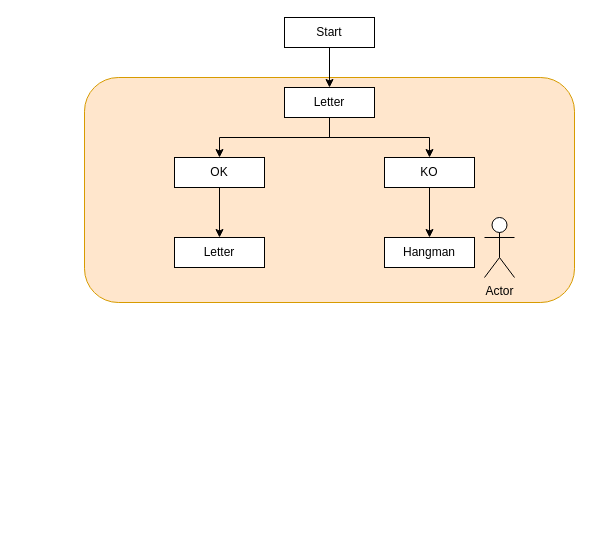
Above: 100_days_of-code/Exercises/Diagramme sans nom.drawio in paulinedangla/Python (draw.io), before the change. Source tidied: cells renumbered, new cells numbered last; positions are measured from the earlier drawing's top-left corner, leaving out a move shared by most shapes. Both pictures are drawn from the tidied source at 100%, with x=0, y=0 at pixel (84, 17).
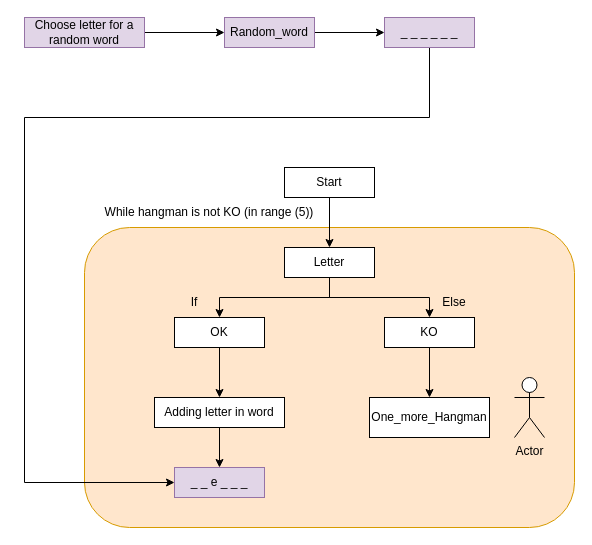
The same page after the edit.

Commit message (it also covers changes not shown here):
Mettre à jour Diagramme sans nom.drawio

The edit, as a diff of the source:
```diff
@@
     <mxCell id="2" style="rounded=1;whiteSpace=wrap;html=1;fillStyle=auto;fillColor=#ffe6cc;strokeColor=#d79b00;" parent="1" vertex="1">
-      <mxGeometry y="60" width="490" height="225" as="geometry" />
+      <mxGeometry y="210" width="490" height="300" as="geometry" />
     </mxCell>
@@
     <mxCell id="4" value="Start" style="rounded=0;whiteSpace=wrap;html=1;" parent="1" vertex="1">
-      <mxGeometry x="200" width="90" height="30" as="geometry" />
+      <mxGeometry x="200" y="150" width="90" height="30" as="geometry" />
     </mxCell>
@@
     <mxCell id="7" value="Letter" style="rounded=0;whiteSpace=wrap;html=1;" parent="1" vertex="1">
-      <mxGeometry x="200" y="70" width="90" height="30" as="geometry" />
+      <mxGeometry x="200" y="230" width="90" height="30" as="geometry" />
     </mxCell>
@@
     <mxCell id="9" value="OK" style="rounded=0;whiteSpace=wrap;html=1;" parent="1" vertex="1">
-      <mxGeometry x="90" y="140" width="90" height="30" as="geometry" />
+      <mxGeometry x="90" y="300" width="90" height="30" as="geometry" />
     </mxCell>
@@
     <mxCell id="11" value="KO" style="rounded=0;whiteSpace=wrap;html=1;" parent="1" vertex="1">
-      <mxGeometry x="300" y="140" width="90" height="30" as="geometry" />
+      <mxGeometry x="300" y="300" width="90" height="30" as="geometry" />
     </mxCell>
+    <mxCell id="15" style="edgeStyle=orthogonalEdgeStyle;rounded=0;jettySize=auto;html=1;exitX=0.5;exitY=1;exitDx=0;exitDy=0;" parent="1" edge="1" source="12" target="25">
+      <mxGeometry relative="1" as="geometry" />
+    </mxCell>
-    <mxCell id="12" value="Letter" style="rounded=0;whiteSpace=wrap;html=1;" parent="1" vertex="1">
-      <mxGeometry x="90" y="220" width="90" height="30" as="geometry" />
+    <mxCell id="12" value="Adding letter in word" style="rounded=0;whiteSpace=wrap;html=1;" parent="1" vertex="1">
+      <mxGeometry x="70" y="380" width="130" height="30" as="geometry" />
     </mxCell>
-    <mxCell id="13" value="Hangman" style="rounded=0;whiteSpace=wrap;html=1;" parent="1" vertex="1">
-      <mxGeometry x="300" y="220" width="90" height="30" as="geometry" />
+    <mxCell id="13" value="One_more_Hangman" style="rounded=0;whiteSpace=wrap;html=1;" parent="1" vertex="1">
+      <mxGeometry x="285" y="380" width="120" height="40" as="geometry" />
     </mxCell>
     <mxCell id="14" value="Actor" style="shape=umlActor;verticalLabelPosition=bottom;verticalAlign=top;html=1;fillStyle=auto;" parent="1" vertex="1">
-      <mxGeometry x="400" y="200" width="30" height="60" as="geometry" />
+      <mxGeometry x="430" y="360" width="30" height="60" as="geometry" />
     </mxCell>
+    <mxCell id="16" value="If" style="text;html=1;strokeColor=none;fillColor=none;align=center;verticalAlign=middle;whiteSpace=wrap;rounded=0;fillStyle=auto;" parent="1" vertex="1">
+      <mxGeometry x="80" y="270" width="60" height="30" as="geometry" />
+    </mxCell>
+    <mxCell id="17" value="Else" style="text;html=1;strokeColor=none;fillColor=none;align=center;verticalAlign=middle;whiteSpace=wrap;rounded=0;fillStyle=auto;" parent="1" vertex="1">
+      <mxGeometry x="340" y="270" width="60" height="30" as="geometry" />
+    </mxCell>
+    <mxCell id="18" value="While hangman is not KO (in range (5))" style="text;html=1;strokeColor=none;fillColor=none;align=center;verticalAlign=middle;whiteSpace=wrap;rounded=0;fillStyle=auto;" parent="1" vertex="1">
+      <mxGeometry x="10" y="180" width="230" height="30" as="geometry" />
+    </mxCell>
+    <mxCell id="19" style="edgeStyle=orthogonalEdgeStyle;rounded=0;jettySize=auto;html=1;exitX=1;exitY=0.5;exitDx=0;exitDy=0;entryX=0;entryY=0.5;entryDx=0;entryDy=0;" parent="1" edge="1" source="20" target="24">
+      <mxGeometry relative="1" as="geometry" />
+    </mxCell>
+    <mxCell id="20" value="Random_word" style="rounded=0;whiteSpace=wrap;html=1;fillColor=#e1d5e7;strokeColor=#9673a6;" parent="1" vertex="1">
+      <mxGeometry x="140" width="90" height="30" as="geometry" />
+    </mxCell>
+    <mxCell id="21" style="edgeStyle=orthogonalEdgeStyle;rounded=0;jettySize=auto;html=1;exitX=1;exitY=0.5;exitDx=0;exitDy=0;entryX=0;entryY=0.5;entryDx=0;entryDy=0;" parent="1" edge="1" source="22" target="20">
+      <mxGeometry relative="1" as="geometry" />
+    </mxCell>
+    <mxCell id="22" value="Choose letter for a random word" style="rounded=0;whiteSpace=wrap;html=1;fillColor=#e1d5e7;strokeColor=#9673a6;" parent="1" vertex="1">
+      <mxGeometry x="-60" width="120" height="30" as="geometry" />
+    </mxCell>
+    <mxCell id="23" style="edgeStyle=orthogonalEdgeStyle;rounded=0;jettySize=auto;html=1;exitX=0.5;exitY=1;exitDx=0;exitDy=0;entryX=0;entryY=0.5;entryDx=0;entryDy=0;" parent="1" edge="1" source="24" target="25">
+      <mxGeometry relative="1" as="geometry">
+        <Array as="points">
+          <mxPoint x="345" y="100" />
+          <mxPoint x="-60" y="100" />
+          <mxPoint x="-60" y="465" />
+        </Array>
+      </mxGeometry>
+    </mxCell>
+    <mxCell id="24" value="_ _ _ _ _ _" style="rounded=0;whiteSpace=wrap;html=1;fillColor=#e1d5e7;strokeColor=#9673a6;" parent="1" vertex="1">
+      <mxGeometry x="300" width="90" height="30" as="geometry" />
+    </mxCell>
+    <mxCell id="25" value="_ _ e _ _ _" style="rounded=0;whiteSpace=wrap;html=1;fillColor=#e1d5e7;strokeColor=#9673a6;" parent="1" vertex="1">
+      <mxGeometry x="90" y="450" width="90" height="30" as="geometry" />
+    </mxCell>
```
